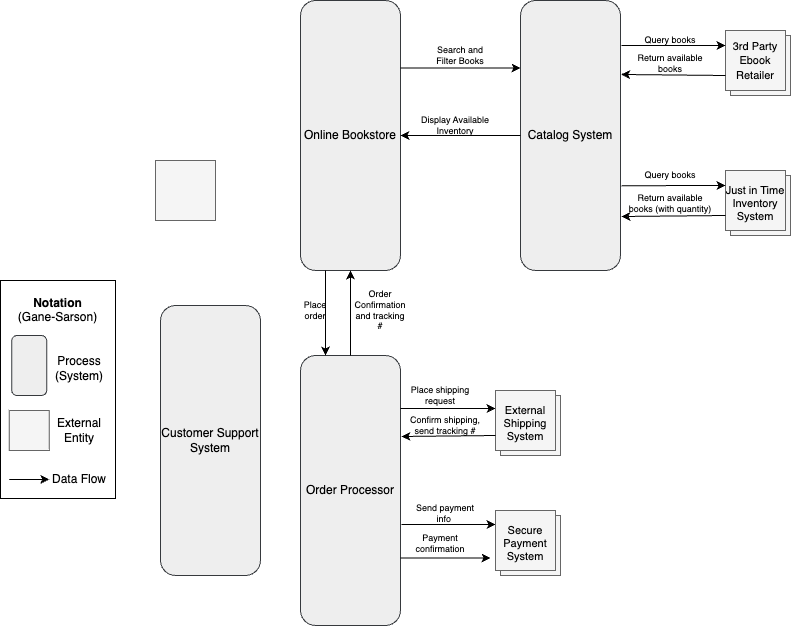
This is Assignment2/Untitled.png from TanHess/SoftwareArchitectureAndDesign, a draw.io export, as it was before one commit. Source tidied: cells renumbered, new cells last; positions are measured from the earlier drawing's top-left corner, leaving out a move shared by most shapes.
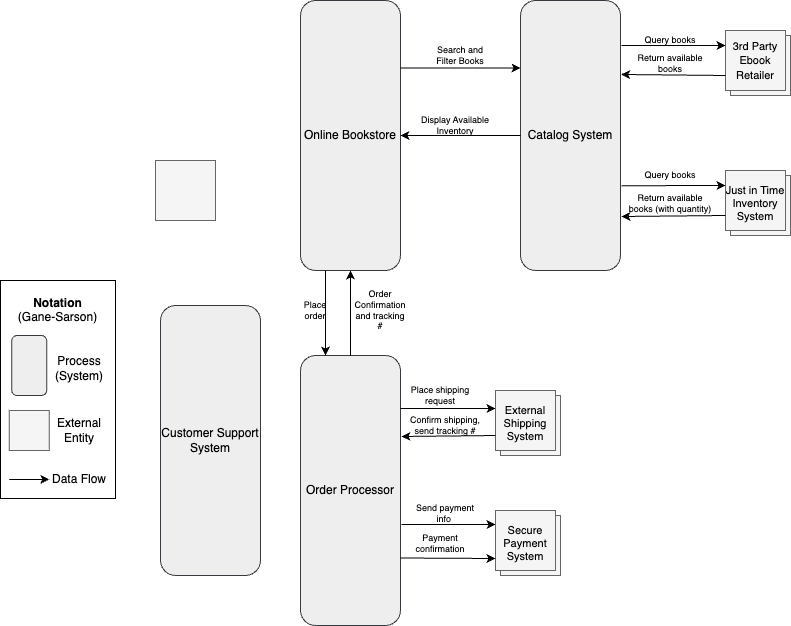
After the change.

What changed in the source:
```diff
@@ -177,8 +177,10 @@
     <mxCell id="57" value="Send payment info&amp;nbsp;" style="text;html=1;strokeColor=none;fillColor=none;align=center;verticalAlign=middle;whiteSpace=wrap;rounded=0;fontSize=9;" parent="1" vertex="1">
       <mxGeometry x="462" y="468.1" width="70" height="30" as="geometry" />
     </mxCell>
-    <mxCell id="58" style="endArrow=classic;html=1;rounded=0;exitX=0.75;exitY=0;exitDx=0;exitDy=0;entryX=0;entryY=1;entryDx=0;entryDy=0;" parent="1" edge="1" source="24" target="53">
-      <mxGeometry relative="1" as="geometry" />
+    <mxCell id="58" style="endArrow=classic;html=1;rounded=0;exitX=0.75;exitY=0;exitDx=0;exitDy=0;" parent="1" edge="1" source="24">
+      <mxGeometry relative="1" as="geometry">
+        <mxPoint x="547" y="528" as="targetPoint" />
+      </mxGeometry>
     </mxCell>
     <mxCell id="59" value="Payment confirmation" style="text;html=1;strokeColor=none;fillColor=none;align=center;verticalAlign=middle;whiteSpace=wrap;rounded=0;fontSize=9;" parent="1" vertex="1">
       <mxGeometry x="457" y="501.6" width="70" height="21.9" as="geometry" />
```
